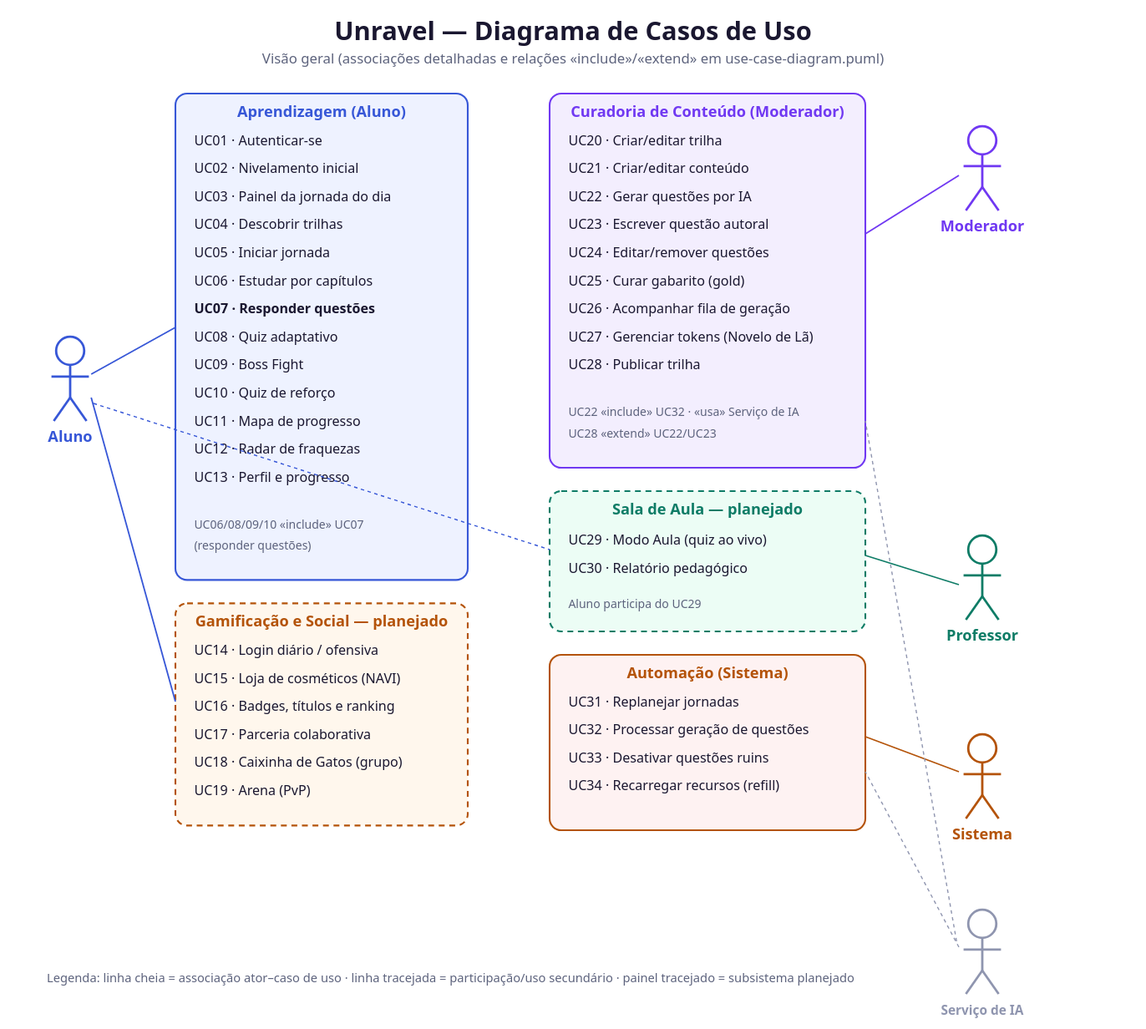
This is docs/tcc/use-case-diagram.svg from KleitonH/Unravel, a PlantUML export, as it was before one commit. Its source is kept beside it as docs/tcc/use-case-diagram.puml.
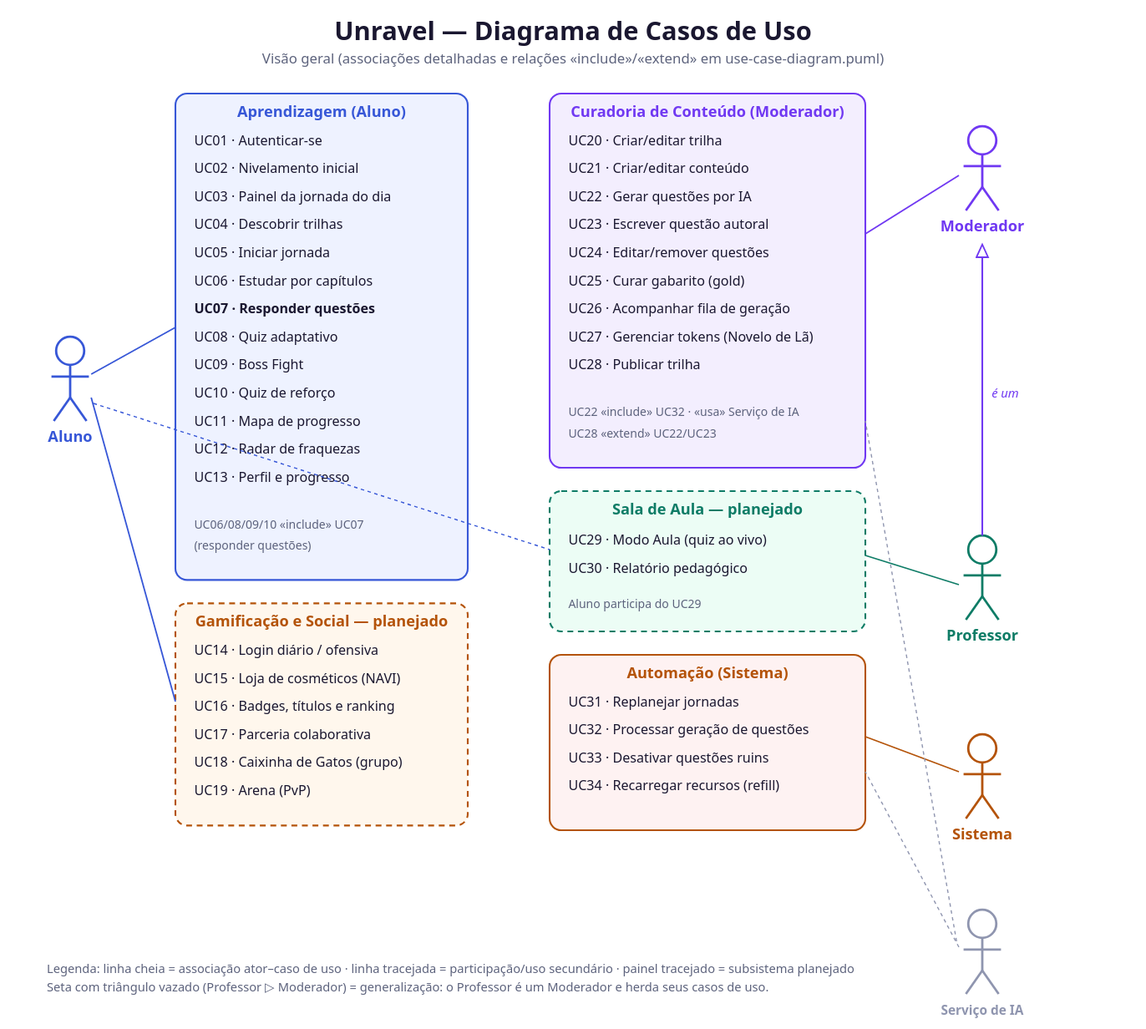
After the change.

The edit, as a diff of the source:
```diff
@@ -92,6 +92,7 @@
 mod --> UC27
 mod --> UC28
 
+prof --|> mod
 prof --> UC29
 prof --> UC30
 aluno --> UC29
```
